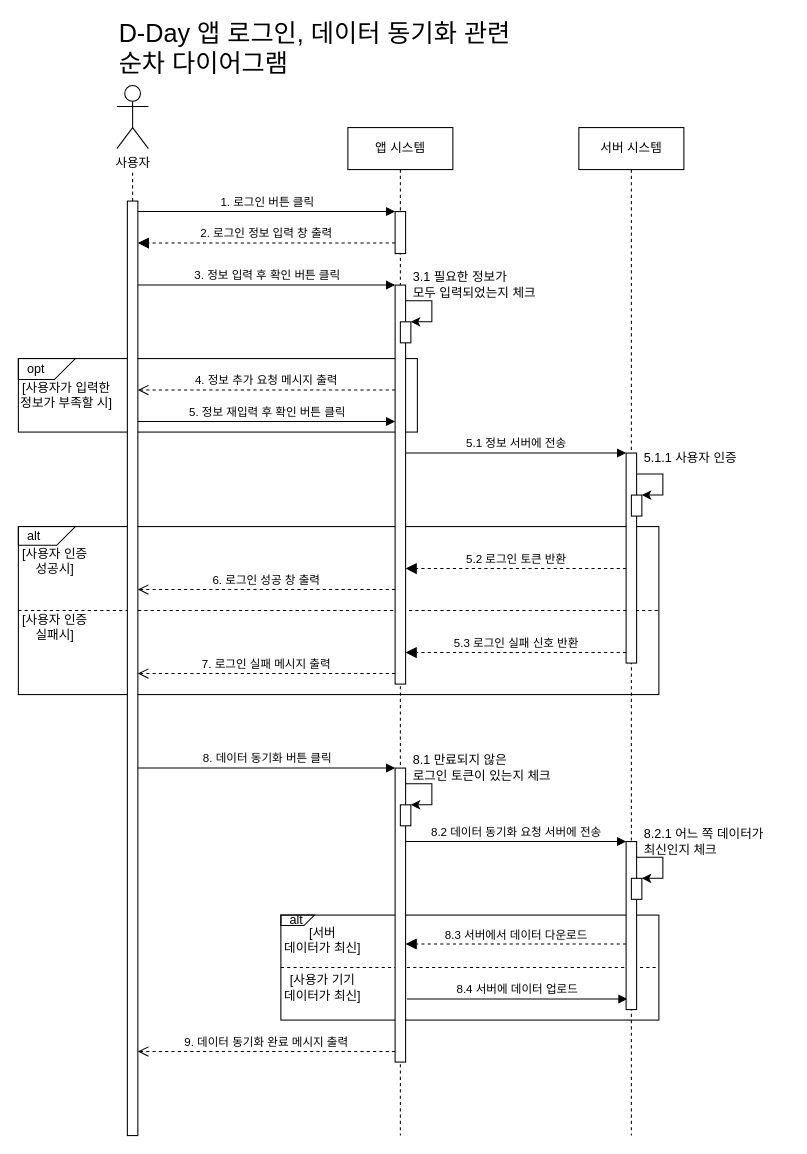
Earlier version of the draw.io diagram sequence diagram - login.drawio (baechuTree/softwareEngineering). Source tidied: cells renumbered, new cells numbered last; positions are measured from the earlier drawing's top-left corner, leaving out a move shared by most shapes. Both pictures are drawn from the tidied source at 105%, with x=0, y=0 at pixel (18, 33).
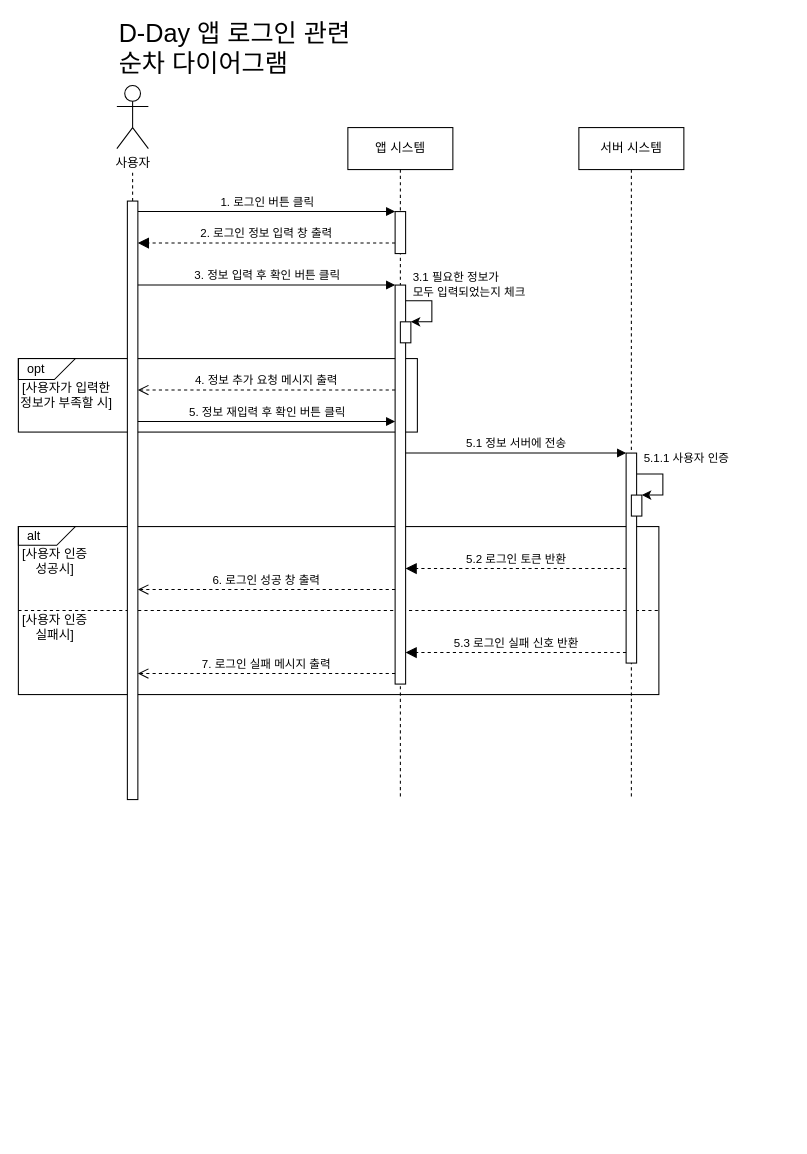
After the change.

Change to the diagram source:
```diff
@@
-    <mxCell id="2" style="group;" parent="1" vertex="1">
-      <mxGeometry x="250" y="840" width="360" height="100" as="geometry" />
-    </mxCell>
-    <mxCell id="3" style="rounded=0;whiteSpace=wrap;html=1;fillColor=none;" parent="2" vertex="1">
-      <mxGeometry width="360" height="100" as="geometry" />
-    </mxCell>
-    <mxCell id="4" value="&amp;nbsp; alt" style="shape=card;whiteSpace=wrap;html=1;direction=west;size=20;fillColor=none;align=left;" parent="2" vertex="1">
-      <mxGeometry width="32" height="10" as="geometry" />
-    </mxCell>
-    <mxCell id="5" value="[서버&lt;div&gt;데이터가&amp;nbsp;&lt;span style=&quot;background-color: transparent; color: light-dark(rgb(0, 0, 0), rgb(255, 255, 255));&quot;&gt;최신]&lt;/span&gt;&lt;/div&gt;" style="text;html=1;align=center;verticalAlign=middle;whiteSpace=wrap;rounded=0;" parent="2" vertex="1">
-      <mxGeometry y="15" width="80" height="17.5" as="geometry" />
-    </mxCell>
-    <mxCell id="6" style="endArrow=none;dashed=1;html=1;rounded=0;exitX=0;exitY=0.5;exitDx=0;exitDy=0;entryX=1;entryY=0.5;entryDx=0;entryDy=0;" parent="2" edge="1" source="3" target="3">
-      <mxGeometry relative="1" as="geometry" />
-    </mxCell>
-    <mxCell id="7" value="[사용가 기기&lt;div&gt;&lt;span style=&quot;background-color: transparent; color: light-dark(rgb(0, 0, 0), rgb(255, 255, 255));&quot;&gt;데이터가 최신]&lt;/span&gt;&lt;/div&gt;" style="text;html=1;align=center;verticalAlign=middle;whiteSpace=wrap;rounded=0;" parent="2" vertex="1">
-      <mxGeometry y="60" width="80" height="17.5" as="geometry" />
-    </mxCell>
-    <mxCell id="8" value="8.4 서버에 데이터 업로드" style="html=1;verticalAlign=bottom;endArrow=block;edgeStyle=elbowEdgeStyle;elbow=vertical;curved=0;rounded=0;" parent="2" edge="1">
-      <mxGeometry relative="1" as="geometry">
-        <mxPoint x="120" y="80" as="sourcePoint" />
-        <mxPoint x="330" y="80" as="targetPoint" />
-        <Array as="points">
-          <mxPoint x="209.6" y="80" />
-        </Array>
-      </mxGeometry>
-    </mxCell>
@@
     <mxCell id="19" value="서버 시스템" style="shape=umlLifeline;perimeter=lifelinePerimeter;whiteSpace=wrap;html=1;newEdgeStyle={&quot;edgeStyle&quot;:&quot;elbowEdgeStyle&quot;,&quot;elbow&quot;:&quot;vertical&quot;,&quot;curved&quot;:0,&quot;rounded&quot;:0};" parent="1" vertex="1">
-      <mxGeometry x="533.8" y="90" width="100" height="960" as="geometry" />
+      <mxGeometry x="533.8" y="90" width="100" height="640" as="geometry" />
     </mxCell>
-    <mxCell id="20" style="html=1;points=[];perimeter=orthogonalPerimeter;outlineConnect=0;targetShapes=umlLifeline;portConstraint=eastwest;newEdgeStyle={&quot;edgeStyle&quot;:&quot;elbowEdgeStyle&quot;,&quot;elbow&quot;:&quot;vertical&quot;,&quot;curved&quot;:0,&quot;rounded&quot;:0};" parent="19" vertex="1">
-      <mxGeometry x="45" y="680" width="10" height="160" as="geometry" />
-    </mxCell>
-    <mxCell id="21" style="html=1;points=[];perimeter=orthogonalPerimeter;outlineConnect=0;targetShapes=umlLifeline;portConstraint=eastwest;newEdgeStyle={&quot;edgeStyle&quot;:&quot;elbowEdgeStyle&quot;,&quot;elbow&quot;:&quot;vertical&quot;,&quot;curved&quot;:0,&quot;rounded&quot;:0};" parent="19" vertex="1">
-      <mxGeometry x="50" y="715" width="10" height="20" as="geometry" />
-    </mxCell>
-    <mxCell id="22" style="endArrow=classic;html=1;rounded=0;edgeStyle=orthogonalEdgeStyle;" parent="19" edge="1" target="21">
-      <mxGeometry relative="1" as="geometry">
-        <mxPoint x="55" y="695" as="sourcePoint" />
-        <Array as="points">
-          <mxPoint x="80" y="695" />
-          <mxPoint x="80" y="715" />
-        </Array>
-      </mxGeometry>
-    </mxCell>
@@
     <mxCell id="27" style="html=1;points=[];perimeter=orthogonalPerimeter;outlineConnect=0;targetShapes=umlLifeline;portConstraint=eastwest;newEdgeStyle={&quot;edgeStyle&quot;:&quot;elbowEdgeStyle&quot;,&quot;elbow&quot;:&quot;vertical&quot;,&quot;curved&quot;:0,&quot;rounded&quot;:0};" parent="1" vertex="1">
-      <mxGeometry x="103.8" y="160" width="10" height="890" as="geometry" />
+      <mxGeometry x="103.8" y="160" width="10" height="570" as="geometry" />
     </mxCell>
-    <mxCell id="28" value="D-Day 앱 로그인, 데이터 동기화 관련&lt;div&gt;순차 다이어그램&lt;/div&gt;" style="text;html=1;align=left;verticalAlign=middle;whiteSpace=wrap;rounded=0;fontSize=24;" parent="1" vertex="1">
+    <mxCell id="28" value="D-Day 앱 로그인 관련&lt;div&gt;순차 다이어그램&lt;/div&gt;" style="text;html=1;align=left;verticalAlign=middle;whiteSpace=wrap;rounded=0;fontSize=24;" parent="1" vertex="1">
       <mxGeometry x="93.8" width="526.2" height="30" as="geometry" />
     </mxCell>
@@
     <mxCell id="30" value="앱 시스템" style="shape=umlLifeline;perimeter=lifelinePerimeter;whiteSpace=wrap;html=1;newEdgeStyle={&quot;edgeStyle&quot;:&quot;elbowEdgeStyle&quot;,&quot;elbow&quot;:&quot;vertical&quot;,&quot;curved&quot;:0,&quot;rounded&quot;:0};" parent="1" vertex="1">
-      <mxGeometry x="313.8" y="90" width="100" height="960" as="geometry" />
+      <mxGeometry x="313.8" y="90" width="100" height="640" as="geometry" />
     </mxCell>
@@
-    <mxCell id="40" style="html=1;points=[];perimeter=orthogonalPerimeter;outlineConnect=0;targetShapes=umlLifeline;portConstraint=eastwest;newEdgeStyle={&quot;edgeStyle&quot;:&quot;elbowEdgeStyle&quot;,&quot;elbow&quot;:&quot;vertical&quot;,&quot;curved&quot;:0,&quot;rounded&quot;:0};" parent="30" vertex="1">
-      <mxGeometry x="45" y="610" width="10" height="280" as="geometry" />
-    </mxCell>
-    <mxCell id="41" value="8. 데이터 동기화 버튼 클릭" style="html=1;verticalAlign=bottom;endArrow=block;edgeStyle=elbowEdgeStyle;elbow=vertical;curved=0;rounded=0;" parent="30" edge="1">
-      <mxGeometry relative="1" as="geometry">
-        <mxPoint x="-200" y="610" as="sourcePoint" />
-        <mxPoint x="45" y="610" as="targetPoint" />
-        <Array as="points">
-          <mxPoint x="-115.2" y="610" />
-        </Array>
-      </mxGeometry>
-    </mxCell>
-    <mxCell id="42" style="endArrow=classic;html=1;rounded=0;edgeStyle=orthogonalEdgeStyle;" parent="30" edge="1" target="43">
-      <mxGeometry relative="1" as="geometry">
-        <mxPoint x="55" y="625" as="sourcePoint" />
-        <Array as="points">
-          <mxPoint x="80" y="625" />
-          <mxPoint x="80" y="645" />
-        </Array>
-      </mxGeometry>
-    </mxCell>
-    <mxCell id="43" style="html=1;points=[];perimeter=orthogonalPerimeter;outlineConnect=0;targetShapes=umlLifeline;portConstraint=eastwest;newEdgeStyle={&quot;edgeStyle&quot;:&quot;elbowEdgeStyle&quot;,&quot;elbow&quot;:&quot;vertical&quot;,&quot;curved&quot;:0,&quot;rounded&quot;:0};" parent="30" vertex="1">
-      <mxGeometry x="50" y="645" width="10" height="20" as="geometry" />
-    </mxCell>
@@
-    <mxCell id="49" value="8.1 만료되지 않은&lt;div&gt;로그인 토큰이 있는지 체크&lt;/div&gt;" style="text;html=1;align=left;verticalAlign=middle;strokeColor=none;fillColor=none;" parent="1" vertex="1">
-      <mxGeometry x="373.8" y="680" width="150" height="40" as="geometry" />
-    </mxCell>
-    <mxCell id="50" value="3.1 필요한 정보가&lt;div&gt;모두 입력되었는지 체크&lt;/div&gt;" style="text;html=1;align=left;verticalAlign=middle;strokeColor=none;fillColor=none;" parent="1" vertex="1">
-      <mxGeometry x="373.8" y="220" width="140" height="40" as="geometry" />
+    <mxCell id="50" value="3.1 필요한 정보가&lt;div&gt;모두 입력되었는지 체크&lt;/div&gt;" style="text;html=1;align=left;verticalAlign=middle;strokeColor=none;fillColor=none;fontSize=11;" parent="1" vertex="1">
+      <mxGeometry x="373.8" y="220" width="130" height="40" as="geometry" />
     </mxCell>
-    <mxCell id="51" value="8.2 데이터 동기화 요청 서버에 전송" style="html=1;verticalAlign=bottom;endArrow=block;edgeStyle=elbowEdgeStyle;elbow=vertical;curved=0;rounded=0;" parent="1" edge="1" source="40" target="20">
-      <mxGeometry relative="1" as="geometry">
-        <Array as="points">
-          <mxPoint x="458.6" y="770" />
-        </Array>
-      </mxGeometry>
-    </mxCell>
-    <mxCell id="52" value="5.1.1 사용자 인증" style="text;html=1;align=left;verticalAlign=middle;strokeColor=none;fillColor=none;" parent="1" vertex="1">
-      <mxGeometry x="593.8" y="390" width="110" height="30" as="geometry" />
+    <mxCell id="52" value="5.1.1 사용자 인증" style="text;html=1;align=left;verticalAlign=middle;strokeColor=none;fillColor=none;fontSize=11;" parent="1" vertex="1">
+      <mxGeometry x="593.8" y="390" width="100" height="30" as="geometry" />
     </mxCell>
-    <mxCell id="53" value="8.2.1 어느 쪽 데이터가&lt;div&gt;최신인지 체크&lt;/div&gt;" style="text;html=1;align=left;verticalAlign=middle;strokeColor=none;fillColor=none;" parent="1" vertex="1">
-      <mxGeometry x="593.8" y="750" width="140" height="40" as="geometry" />
-    </mxCell>
-    <mxCell id="54" value="8.3 서버에서 데이터 다운로드" style="html=1;verticalAlign=bottom;endArrow=block;dashed=1;endSize=8;edgeStyle=elbowEdgeStyle;elbow=vertical;curved=0;rounded=0;endFill=1;" parent="1" edge="1" source="20" target="40">
-      <mxGeometry relative="1" as="geometry">
-        <Array as="points">
-          <mxPoint x="503.8" y="867.5" />
-        </Array>
-      </mxGeometry>
-    </mxCell>
-    <mxCell id="55" value="9. 데이터 동기화 완료 메시지 출력" style="html=1;verticalAlign=bottom;endArrow=open;dashed=1;endSize=8;edgeStyle=elbowEdgeStyle;elbow=vertical;curved=0;rounded=0;" parent="1" edge="1">
-      <mxGeometry relative="1" as="geometry">
-        <mxPoint x="358.8" y="970" as="sourcePoint" />
-        <mxPoint x="113.8" y="970" as="targetPoint" />
-        <Array as="points">
-          <mxPoint x="343.8" y="970" />
-        </Array>
-      </mxGeometry>
-    </mxCell>
```
